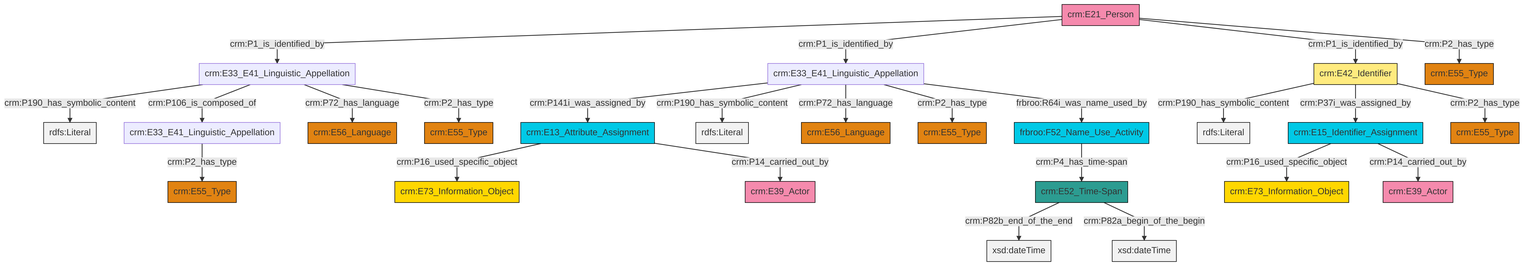
Before: et/personCSV/ttl/mmd/png/Person_Names_and_Classification.png, a diagram exported from Mermaid (swiss-art-research-net/reference-data-models). Its source is kept beside it as et/personCSV/ttl/mmd/Person_Names_and_Classification.ttl.mmd.
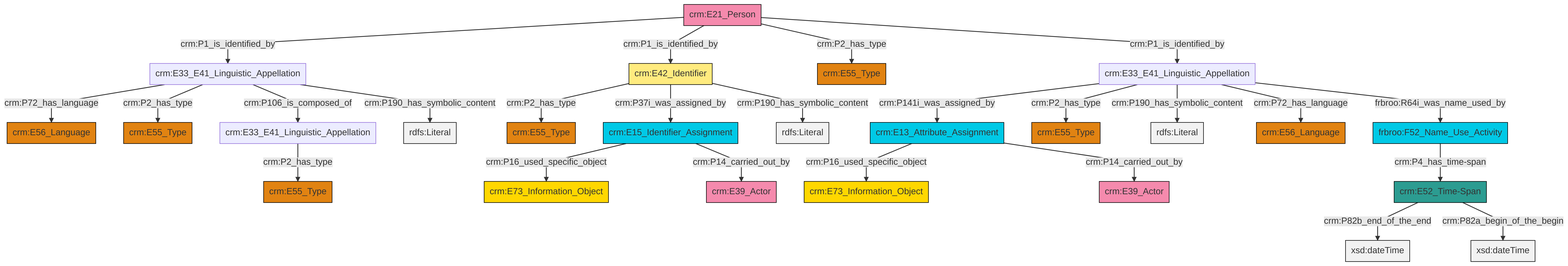
Later version of the same file.

What changed in the source:
```diff
@@ -13,27 +13,27 @@
 classDef PC_Classes fill:#4ce600, stroke:#000000;
 classDef Multi fill:#cccccc,stroke:#000000;
 
-2["crm:E42_Identifier"]:::Appellation -->|crm:P190_has_symbolic_content| 3[rdfs:Literal]:::Literal
-4["crm:E13_Attribute_Assignment"]:::Temporal_Entity -->|crm:P16_used_specific_object| 5["crm:E73_Information_Object"]:::Conceptual_Object
-6["crm:E33_E41_Linguistic_Appellation"]:::Default -->|crm:P190_has_symbolic_content| 7[rdfs:Literal]:::Literal
-8["crm:E33_E41_Linguistic_Appellation"]:::Default -->|crm:P141i_was_assigned_by| 4["crm:E13_Attribute_Assignment"]:::Temporal_Entity
-6["crm:E33_E41_Linguistic_Appellation"]:::Default -->|crm:P106_is_composed_of| 0["crm:E33_E41_Linguistic_Appellation"]:::Default
-9["crm:E21_Person"]:::Actor -->|crm:P1_is_identified_by| 6["crm:E33_E41_Linguistic_Appellation"]:::Default
-8["crm:E33_E41_Linguistic_Appellation"]:::Default -->|crm:P190_has_symbolic_content| 16[rdfs:Literal]:::Literal
-6["crm:E33_E41_Linguistic_Appellation"]:::Default -->|crm:P72_has_language| 17["crm:E56_Language"]:::Type
-8["crm:E33_E41_Linguistic_Appellation"]:::Default -->|crm:P72_has_language| 18["crm:E56_Language"]:::Type
-13["crm:E15_Identifier_Assignment"]:::Temporal_Entity -->|crm:P16_used_specific_object| 19["crm:E73_Information_Object"]:::Conceptual_Object
-20["frbroo:F52_Name_Use_Activity"]:::Temporal_Entity -->|crm:P4_has_time-span| 11["crm:E52_Time-Span"]:::Time-Span
-9["crm:E21_Person"]:::Actor -->|crm:P1_is_identified_by| 8["crm:E33_E41_Linguistic_Appellation"]:::Default
-4["crm:E13_Attribute_Assignment"]:::Temporal_Entity -->|crm:P14_carried_out_by| 28["crm:E39_Actor"]:::Actor
-9["crm:E21_Person"]:::Actor -->|crm:P1_is_identified_by| 2["crm:E42_Identifier"]:::Appellation
-11["crm:E52_Time-Span"]:::Time-Span -->|crm:P82b_end_of_the_end| 34[xsd:dateTime]:::Literal
-6["crm:E33_E41_Linguistic_Appellation"]:::Default -->|crm:P2_has_type| 26["crm:E55_Type"]:::Type
-0["crm:E33_E41_Linguistic_Appellation"]:::Default -->|crm:P2_has_type| 37["crm:E55_Type"]:::Type
-9["crm:E21_Person"]:::Actor -->|crm:P2_has_type| 38["crm:E55_Type"]:::Type
-8["crm:E33_E41_Linguistic_Appellation"]:::Default -->|crm:P2_has_type| 21["crm:E55_Type"]:::Type
-8["crm:E33_E41_Linguistic_Appellation"]:::Default -->|frbroo:R64i_was_name_used_by| 20["frbroo:F52_Name_Use_Activity"]:::Temporal_Entity
-13["crm:E15_Identifier_Assignment"]:::Temporal_Entity -->|crm:P14_carried_out_by| 30["crm:E39_Actor"]:::Actor
-2["crm:E42_Identifier"]:::Appellation -->|crm:P37i_was_assigned_by| 13["crm:E15_Identifier_Assignment"]:::Temporal_Entity
-2["crm:E42_Identifier"]:::Appellation -->|crm:P2_has_type| 24["crm:E55_Type"]:::Type
-11["crm:E52_Time-Span"]:::Time-Span -->|crm:P82a_begin_of_the_begin| 46[xsd:dateTime]:::Literal
+0["crm:E33_E41_Linguistic_Appellation"]:::Default -->|crm:P141i_was_assigned_by| 1["crm:E13_Attribute_Assignment"]:::Temporal_Entity
+1["crm:E13_Attribute_Assignment"]:::Temporal_Entity -->|crm:P16_used_specific_object| 2["crm:E73_Information_Object"]:::Conceptual_Object
+3["crm:E33_E41_Linguistic_Appellation"]:::Default -->|crm:P72_has_language| 4["crm:E56_Language"]:::Type
+5["crm:E52_Time-Span"]:::Time-Span -->|crm:P82b_end_of_the_end| 6[xsd:dateTime]:::Literal
+11["crm:E42_Identifier"]:::Appellation -->|crm:P2_has_type| 12["crm:E55_Type"]:::Type
+13["crm:E33_E41_Linguistic_Appellation"]:::Default -->|crm:P2_has_type| 9["crm:E55_Type"]:::Type
+15["crm:E21_Person"]:::Actor -->|crm:P1_is_identified_by| 3["crm:E33_E41_Linguistic_Appellation"]:::Default
+5["crm:E52_Time-Span"]:::Time-Span -->|crm:P82a_begin_of_the_begin| 16[xsd:dateTime]:::Literal
+1["crm:E13_Attribute_Assignment"]:::Temporal_Entity -->|crm:P14_carried_out_by| 17["crm:E39_Actor"]:::Actor
+3["crm:E33_E41_Linguistic_Appellation"]:::Default -->|crm:P2_has_type| 21["crm:E55_Type"]:::Type
+15["crm:E21_Person"]:::Actor -->|crm:P1_is_identified_by| 11["crm:E42_Identifier"]:::Appellation
+3["crm:E33_E41_Linguistic_Appellation"]:::Default -->|crm:P106_is_composed_of| 13["crm:E33_E41_Linguistic_Appellation"]:::Default
+0["crm:E33_E41_Linguistic_Appellation"]:::Default -->|crm:P2_has_type| 30["crm:E55_Type"]:::Type
+0["crm:E33_E41_Linguistic_Appellation"]:::Default -->|crm:P190_has_symbolic_content| 31[rdfs:Literal]:::Literal
+32["frbroo:F52_Name_Use_Activity"]:::Temporal_Entity -->|crm:P4_has_time-span| 5["crm:E52_Time-Span"]:::Time-Span
+3["crm:E33_E41_Linguistic_Appellation"]:::Default -->|crm:P190_has_symbolic_content| 33[rdfs:Literal]:::Literal
+11["crm:E42_Identifier"]:::Appellation -->|crm:P37i_was_assigned_by| 25["crm:E15_Identifier_Assignment"]:::Temporal_Entity
+15["crm:E21_Person"]:::Actor -->|crm:P2_has_type| 23["crm:E55_Type"]:::Type
+0["crm:E33_E41_Linguistic_Appellation"]:::Default -->|crm:P72_has_language| 27["crm:E56_Language"]:::Type
+25["crm:E15_Identifier_Assignment"]:::Temporal_Entity -->|crm:P16_used_specific_object| 35["crm:E73_Information_Object"]:::Conceptual_Object
+11["crm:E42_Identifier"]:::Appellation -->|crm:P190_has_symbolic_content| 41[rdfs:Literal]:::Literal
+15["crm:E21_Person"]:::Actor -->|crm:P1_is_identified_by| 0["crm:E33_E41_Linguistic_Appellation"]:::Default
+25["crm:E15_Identifier_Assignment"]:::Temporal_Entity -->|crm:P14_carried_out_by| 7["crm:E39_Actor"]:::Actor
+0["crm:E33_E41_Linguistic_Appellation"]:::Default -->|frbroo:R64i_was_name_used_by| 32["frbroo:F52_Name_Use_Activity"]:::Temporal_Entity
```
